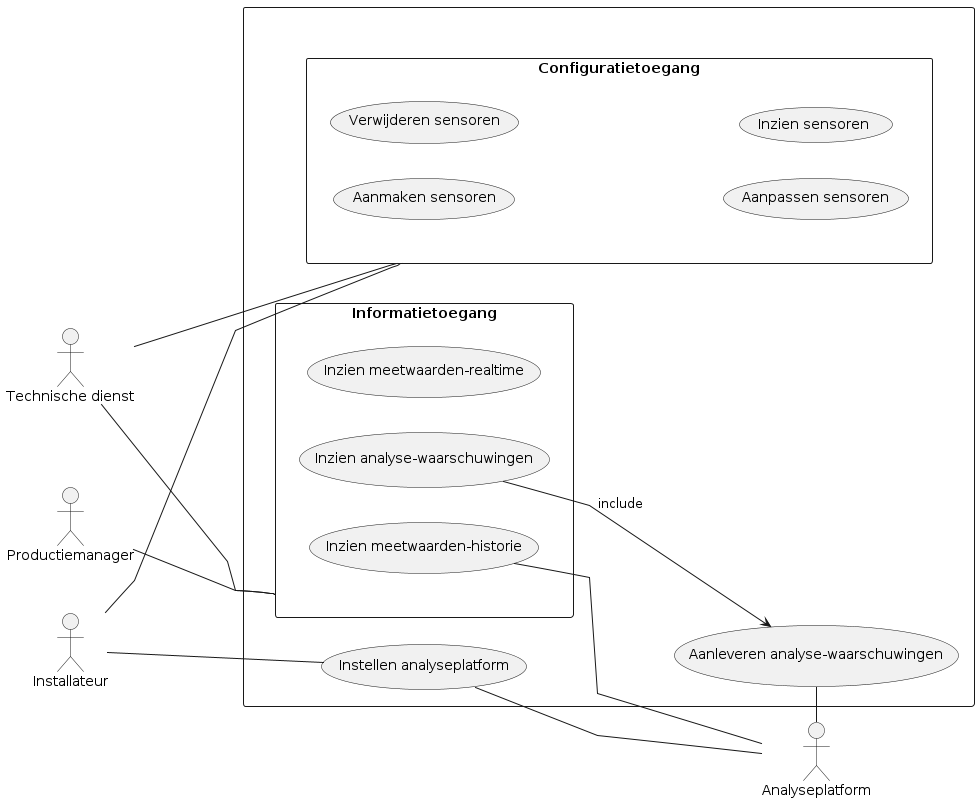
Earlier version of the PlantUML export out/docs/development/main_UCD/main_UCD.png (FinnsterB/soda-factory-data-collection).
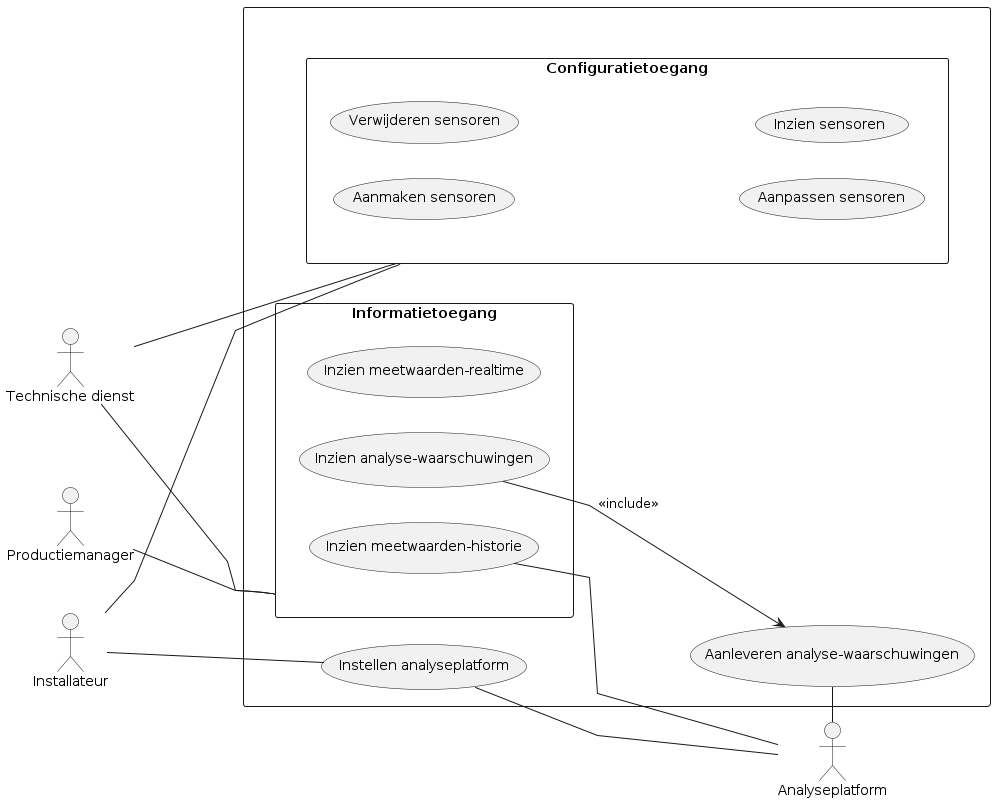
After the change.

Commit message:
Corrected include tag

What changed in the source:
```diff
@@ -34,7 +34,7 @@
 
 a2 --- rect2
 
-uc7 --> uc9 : include
+uc7 --> uc9 : <<include>>
 
 uc9 - a5
 
```
